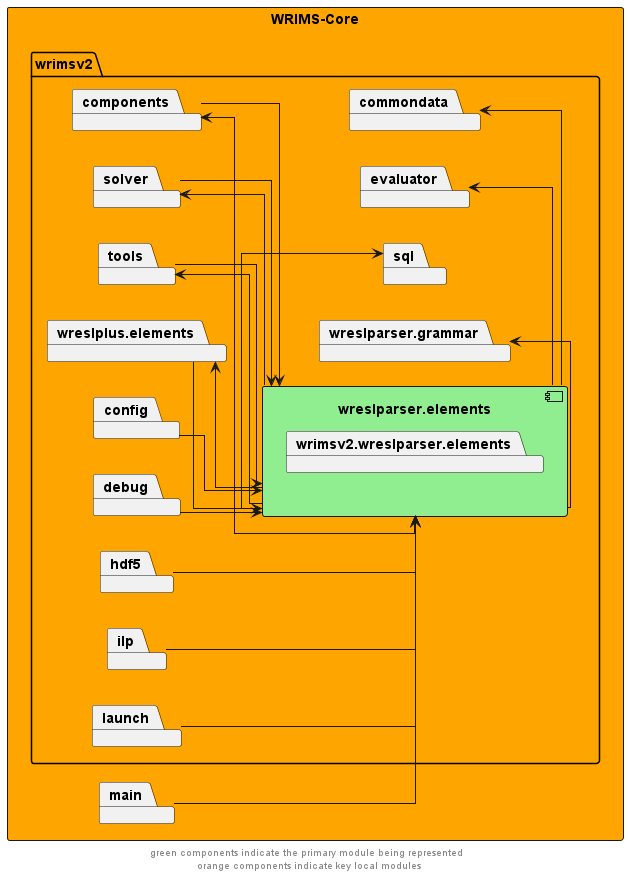
Above: docs/diagrams/wrims-core/wrims-core_wreslparser-elements.png in CentralValleyModeling/wrims (PlantUML), before the change. Its diagram source:
```plantuml
@startuml
left to right direction
skinparam linetype ortho

rectangle wrims_core as "WRIMS-Core" #orange {
        package wrimsv2{
            package wreslparser.elements {
                component wreslparser.elements #lightgreen {
                    package wrimsv2.wreslparser.elements
                }
            }
        package commondata
        package components
        package evaluator
        package solver
        package tools
        package sql
        package wreslparser.grammar
        package wreslplus.elements

        package config
        package debug
        package hdf5
        package ilp
        package launch
    }
package main
}

wreslparser.elements -l->  components
components -->  wreslparser.elements
wreslparser.elements -l->  solver
solver -->  wreslparser.elements
wreslparser.elements -l->  tools
tools -->  wreslparser.elements
wreslparser.elements -l->  wreslplus.elements
wreslplus.elements -->  wreslparser.elements

wreslparser.elements -r->  commondata
wreslparser.elements -r->  evaluator
wreslparser.elements -r->  sql
wreslparser.elements -r->  wreslparser.grammar

config -->  wreslparser.elements
debug -->  wreslparser.elements
hdf5 -->  wreslparser.elements
ilp -->  wreslparser.elements
launch -->  wreslparser.elements
main --> wreslparser.elements


footer "green components indicate the primary module being represented \n orange components indicate key local modules"
@enduml
```
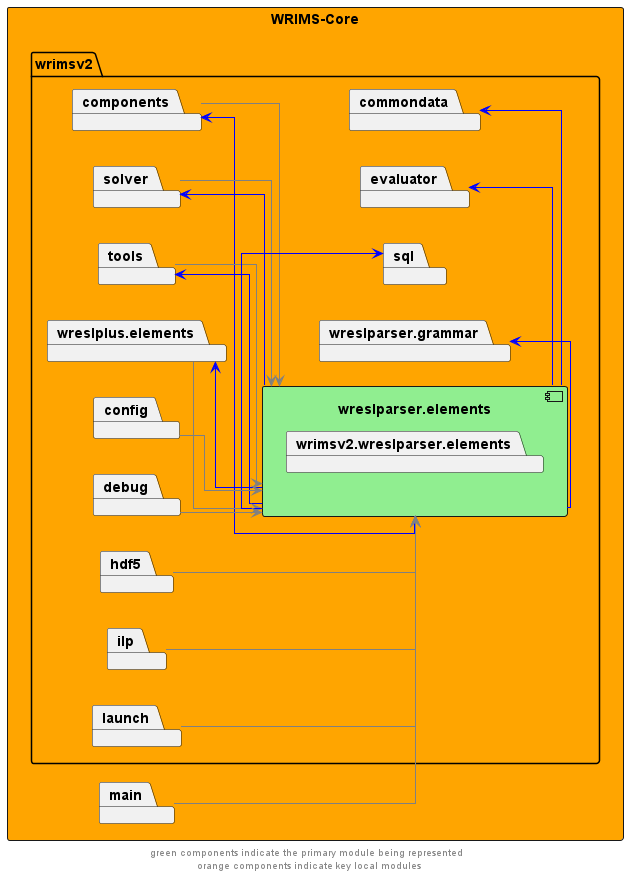
After the commit.

Change to the diagram source:
```diff
@@ -27,26 +27,26 @@
 package main
 }
 
-wreslparser.elements -l->  components
-components -->  wreslparser.elements
-wreslparser.elements -l->  solver
-solver -->  wreslparser.elements
-wreslparser.elements -l->  tools
-tools -->  wreslparser.elements
-wreslparser.elements -l->  wreslplus.elements
-wreslplus.elements -->  wreslparser.elements
+wreslparser.elements -l->  components #blue
+components -->  wreslparser.elements #grey
+wreslparser.elements -l->  solver #blue
+solver -->  wreslparser.elements #grey
+wreslparser.elements -l->  tools #blue
+tools -->  wreslparser.elements #grey
+wreslparser.elements -l->  wreslplus.elements #blue
+wreslplus.elements -->  wreslparser.elements #grey
 
-wreslparser.elements -r->  commondata
-wreslparser.elements -r->  evaluator
-wreslparser.elements -r->  sql
-wreslparser.elements -r->  wreslparser.grammar
+wreslparser.elements -r->  commondata #blue
+wreslparser.elements -r->  evaluator #blue
+wreslparser.elements -r->  sql #blue
+wreslparser.elements -r->  wreslparser.grammar #blue
 
-config -->  wreslparser.elements
-debug -->  wreslparser.elements
-hdf5 -->  wreslparser.elements
-ilp -->  wreslparser.elements
-launch -->  wreslparser.elements
-main --> wreslparser.elements
+config -->  wreslparser.elements #grey
+debug -->  wreslparser.elements #grey
+hdf5 -->  wreslparser.elements #grey
+ilp -->  wreslparser.elements #grey
+launch -->  wreslparser.elements #grey
+main --> wreslparser.elements #grey
 
 
 footer "green components indicate the primary module being represented \n orange components indicate key local modules"
```
